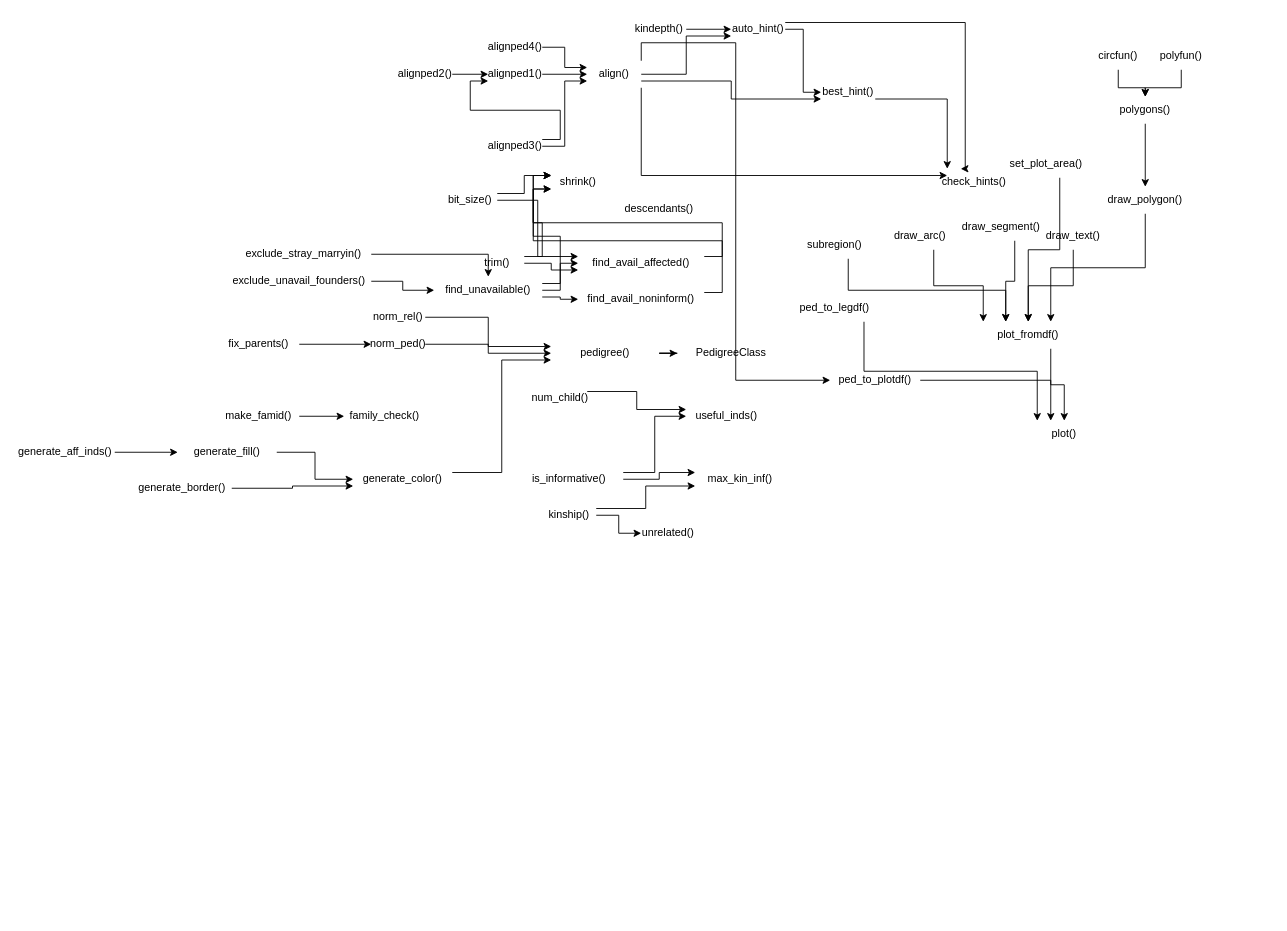
The draw.io diagram documentation/DiagramFunction.drawio in mayoverse/kinship2, before the edit. Source tidied: cells renumbered, new cells numbered last; positions are measured from the earlier drawing's top-left corner, leaving out a move shared by most shapes. Both pictures are drawn from the tidied source at 90%, with x=0, y=0 at pixel (15, 15).
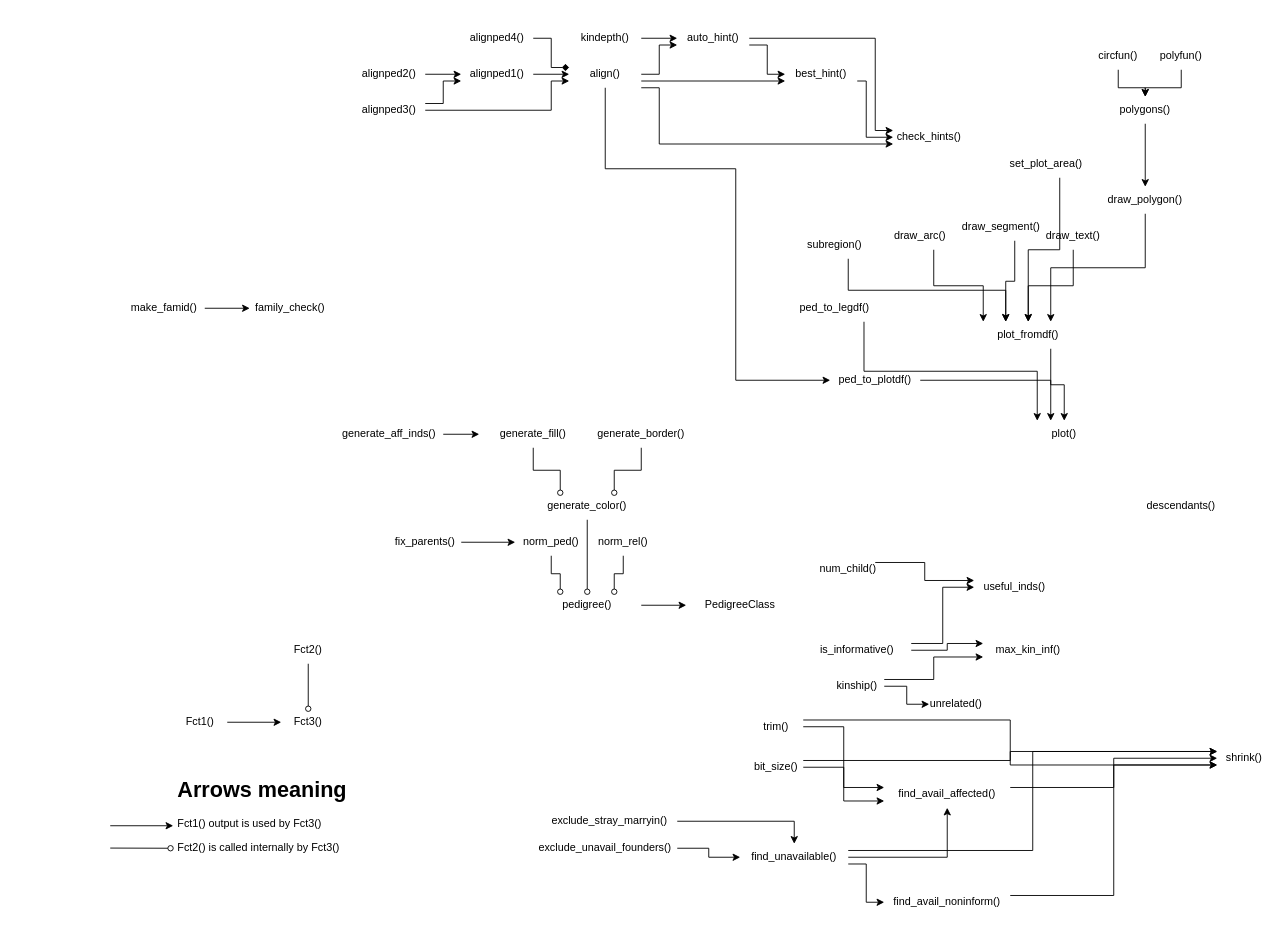
The same diagram, later.

Commit message:
Mettre à jour DiagramFunction.drawio

Unchanged cells that the change refers to:
```xml
<mxCell id="75" value="ped_to_plotdf()" style="text;html=1;strokeColor=none;fillColor=none;align=center;verticalAlign=middle;whiteSpace=wrap;rounded=0;" parent="1" vertex="1">
  <mxGeometry x="905" y="390" width="100" height="30" as="geometry" />
</mxCell>
```

What changed in the source:
```diff
@@
     <mxCell id="3" value="pedigree()" style="text;html=1;strokeColor=none;fillColor=none;align=center;verticalAlign=middle;whiteSpace=wrap;rounded=0;" parent="1" vertex="1">
-      <mxGeometry x="595" y="360" width="120" height="30" as="geometry" />
+      <mxGeometry x="575" y="640" width="120" height="30" as="geometry" />
     </mxCell>
     <mxCell id="4" value="PedigreeClass" style="text;html=1;strokeColor=none;fillColor=none;align=center;verticalAlign=middle;whiteSpace=wrap;rounded=0;" parent="1" vertex="1">
-      <mxGeometry x="735" y="360" width="120" height="30" as="geometry" />
+      <mxGeometry x="745" y="640" width="120" height="30" as="geometry" />
     </mxCell>
-    <mxCell id="5" style="edgeStyle=orthogonalEdgeStyle;rounded=0;jettySize=auto;html=1;exitX=1;exitY=0.5;exitDx=0;exitDy=0;entryX=0;entryY=0.25;entryDx=0;entryDy=0;" parent="1" edge="1" source="6" target="18">
-      <mxGeometry relative="1" as="geometry" />
+    <mxCell id="5" style="edgeStyle=orthogonalEdgeStyle;rounded=0;jettySize=auto;html=1;exitX=1;exitY=0.5;exitDx=0;exitDy=0;entryX=0;entryY=0.25;entryDx=0;entryDy=0;endArrow=diamond;endFill=1;" parent="1" edge="1" source="6" target="18">
+      <mxGeometry relative="1" as="geometry">
+        <Array as="points">
+          <mxPoint x="595" y="25" />
+          <mxPoint x="595" y="57" />
+        </Array>
+      </mxGeometry>
     </mxCell>
     <mxCell id="6" value="alignped4()" style="text;html=1;strokeColor=none;fillColor=none;align=center;verticalAlign=middle;whiteSpace=wrap;rounded=0;" parent="1" vertex="1">
-      <mxGeometry x="525" y="20" width="60" height="30" as="geometry" />
+      <mxGeometry x="495" y="10" width="80" height="30" as="geometry" />
     </mxCell>
     <mxCell id="7" style="edgeStyle=orthogonalEdgeStyle;rounded=0;jettySize=auto;html=1;exitX=1;exitY=0.5;exitDx=0;exitDy=0;entryX=0;entryY=0.75;entryDx=0;entryDy=0;" parent="1" edge="1" source="9" target="18">
-      <mxGeometry relative="1" as="geometry" />
+      <mxGeometry relative="1" as="geometry">
+        <Array as="points">
+          <mxPoint x="595" y="105" />
+          <mxPoint x="595" y="73" />
+        </Array>
+      </mxGeometry>
     </mxCell>
@@
     <mxCell id="9" value="alignped3()" style="text;html=1;strokeColor=none;fillColor=none;align=center;verticalAlign=middle;whiteSpace=wrap;rounded=0;" parent="1" vertex="1">
-      <mxGeometry x="525" y="130" width="60" height="30" as="geometry" />
+      <mxGeometry x="375" y="90" width="80" height="30" as="geometry" />
     </mxCell>
@@
     <mxCell id="11" value="alignped2()" style="text;html=1;strokeColor=none;fillColor=none;align=center;verticalAlign=middle;whiteSpace=wrap;rounded=0;" parent="1" vertex="1">
-      <mxGeometry x="425" y="50" width="60" height="30" as="geometry" />
+      <mxGeometry x="375" y="50" width="80" height="30" as="geometry" />
     </mxCell>
@@
     <mxCell id="13" value="alignped1()" style="text;html=1;strokeColor=none;fillColor=none;align=center;verticalAlign=middle;whiteSpace=wrap;rounded=0;" parent="1" vertex="1">
-      <mxGeometry x="525" y="50" width="60" height="30" as="geometry" />
+      <mxGeometry x="495" y="50" width="80" height="30" as="geometry" />
     </mxCell>
@@
-    <mxCell id="16" style="edgeStyle=orthogonalEdgeStyle;rounded=0;jettySize=auto;html=1;exitX=1;exitY=1;exitDx=0;exitDy=0;entryX=0;entryY=0.25;entryDx=0;entryDy=0;" parent="1" edge="1" source="18" target="32">
-      <mxGeometry relative="1" as="geometry" />
+    <mxCell id="16" style="edgeStyle=orthogonalEdgeStyle;rounded=0;jettySize=auto;html=1;exitX=1;exitY=1;exitDx=0;exitDy=0;entryX=0;entryY=0.75;entryDx=0;entryDy=0;" parent="1" edge="1" source="18" target="32">
+      <mxGeometry relative="1" as="geometry">
+        <Array as="points">
+          <mxPoint x="715" y="80" />
+          <mxPoint x="715" y="143" />
+        </Array>
+      </mxGeometry>
     </mxCell>
-    <mxCell id="17" style="edgeStyle=orthogonalEdgeStyle;rounded=0;jettySize=auto;html=1;exitX=1;exitY=0;exitDx=0;exitDy=0;entryX=0;entryY=0.5;entryDx=0;entryDy=0;" parent="1" edge="1" source="18" target="75">
-      <mxGeometry relative="1" as="geometry" />
+    <mxCell id="17" style="edgeStyle=orthogonalEdgeStyle;rounded=0;jettySize=auto;html=1;exitX=0.5;exitY=1;exitDx=0;exitDy=0;entryX=0;entryY=0.5;entryDx=0;entryDy=0;" parent="1" edge="1" source="18" target="75">
+      <mxGeometry relative="1" as="geometry">
+        <Array as="points">
+          <mxPoint x="655" y="170" />
+          <mxPoint x="800" y="170" />
+          <mxPoint x="800" y="405" />
+        </Array>
+      </mxGeometry>
     </mxCell>
     <mxCell id="18" value="align()" style="text;html=1;strokeColor=none;fillColor=none;align=center;verticalAlign=middle;whiteSpace=wrap;rounded=0;" parent="1" vertex="1">
-      <mxGeometry x="635" y="50" width="60" height="30" as="geometry" />
+      <mxGeometry x="615" y="50" width="80" height="30" as="geometry" />
     </mxCell>
@@
     <mxCell id="21" value="kinship()" style="text;html=1;strokeColor=none;fillColor=none;align=center;verticalAlign=middle;whiteSpace=wrap;rounded=0;" parent="1" vertex="1">
-      <mxGeometry x="585" y="540" width="60" height="30" as="geometry" />
+      <mxGeometry x="905" y="730" width="60" height="30" as="geometry" />
     </mxCell>
@@
     <mxCell id="23" value="kindepth()" style="text;html=1;strokeColor=none;fillColor=none;align=center;verticalAlign=middle;whiteSpace=wrap;rounded=0;" parent="1" vertex="1">
-      <mxGeometry x="685" width="60" height="30" as="geometry" />
+      <mxGeometry x="615" y="10" width="80" height="30" as="geometry" />
     </mxCell>
-    <mxCell id="24" style="edgeStyle=orthogonalEdgeStyle;rounded=0;jettySize=auto;html=1;exitX=1;exitY=0.5;exitDx=0;exitDy=0;entryX=0;entryY=0.5;entryDx=0;entryDy=0;" parent="1" edge="1" source="26" target="28">
+    <mxCell id="24" style="edgeStyle=orthogonalEdgeStyle;rounded=0;jettySize=auto;html=1;exitX=1;exitY=0.75;exitDx=0;exitDy=0;entryX=0;entryY=0.5;entryDx=0;entryDy=0;" parent="1" edge="1" source="26" target="28">
       <mxGeometry relative="1" as="geometry" />
     </mxCell>
-    <mxCell id="25" style="edgeStyle=orthogonalEdgeStyle;rounded=0;jettySize=auto;html=1;exitX=1;exitY=0.25;exitDx=0;exitDy=0;entryX=0.25;entryY=0;entryDx=0;entryDy=0;" parent="1" edge="1" source="26" target="32">
+    <mxCell id="25" style="edgeStyle=orthogonalEdgeStyle;rounded=0;jettySize=auto;html=1;exitX=1;exitY=0.5;exitDx=0;exitDy=0;entryX=0;entryY=0.25;entryDx=0;entryDy=0;" parent="1" edge="1" source="26" target="32">
       <mxGeometry relative="1" as="geometry">
         <Array as="points">
-          <mxPoint x="1055" y="7" />
-          <mxPoint x="1055" y="170" />
+          <mxPoint x="955" y="25" />
+          <mxPoint x="955" y="128" />
         </Array>
       </mxGeometry>
     </mxCell>
     <mxCell id="26" value="auto_hint()" style="text;html=1;strokeColor=none;fillColor=none;align=center;verticalAlign=middle;whiteSpace=wrap;rounded=0;" parent="1" vertex="1">
-      <mxGeometry x="795" width="60" height="30" as="geometry" />
+      <mxGeometry x="735" y="10" width="80" height="30" as="geometry" />
     </mxCell>
-    <mxCell id="27" style="edgeStyle=orthogonalEdgeStyle;rounded=0;jettySize=auto;html=1;exitX=1;exitY=0.75;exitDx=0;exitDy=0;entryX=0;entryY=0;entryDx=0;entryDy=0;" parent="1" edge="1" source="28" target="32">
-      <mxGeometry relative="1" as="geometry" />
+    <mxCell id="27" style="edgeStyle=orthogonalEdgeStyle;rounded=0;jettySize=auto;html=1;exitX=1;exitY=0.75;exitDx=0;exitDy=0;entryX=0;entryY=0.5;entryDx=0;entryDy=0;" parent="1" edge="1" source="28" target="32">
+      <mxGeometry relative="1" as="geometry">
+        <Array as="points">
+          <mxPoint x="945" y="72" />
+          <mxPoint x="945" y="135" />
+        </Array>
+      </mxGeometry>
     </mxCell>
     <mxCell id="28" value="best_hint()" style="text;html=1;strokeColor=none;fillColor=none;align=center;verticalAlign=middle;whiteSpace=wrap;rounded=0;" parent="1" vertex="1">
-      <mxGeometry x="895" y="70" width="60" height="30" as="geometry" />
+      <mxGeometry x="855" y="50" width="80" height="30" as="geometry" />
     </mxCell>
@@
     <mxCell id="30" style="edgeStyle=orthogonalEdgeStyle;rounded=0;jettySize=auto;html=1;exitX=1;exitY=0.25;exitDx=0;exitDy=0;entryX=0;entryY=0.25;entryDx=0;entryDy=0;" parent="1" edge="1" source="31" target="97">
-      <mxGeometry relative="1" as="geometry" />
+      <mxGeometry relative="1" as="geometry">
+        <Array as="points">
+          <mxPoint x="1105" y="827" />
+          <mxPoint x="1105" y="817" />
+        </Array>
+      </mxGeometry>
     </mxCell>
     <mxCell id="31" value="&lt;div&gt;bit_size()&lt;/div&gt;" style="text;html=1;strokeColor=none;fillColor=none;align=center;verticalAlign=middle;whiteSpace=wrap;rounded=0;" parent="1" vertex="1">
-      <mxGeometry x="475" y="190" width="60" height="30" as="geometry" />
+      <mxGeometry x="815" y="820" width="60" height="30" as="geometry" />
     </mxCell>
     <mxCell id="32" value="&lt;div&gt;check_hints()&lt;/div&gt;" style="text;html=1;strokeColor=none;fillColor=none;align=center;verticalAlign=middle;whiteSpace=wrap;rounded=0;" parent="1" vertex="1">
-      <mxGeometry x="1035" y="170" width="60" height="30" as="geometry" />
+      <mxGeometry x="975" y="120" width="80" height="30" as="geometry" />
     </mxCell>
     <mxCell id="33" value="descendants()" style="text;html=1;strokeColor=none;fillColor=none;align=center;verticalAlign=middle;whiteSpace=wrap;rounded=0;" parent="1" vertex="1">
-      <mxGeometry x="685" y="200" width="60" height="30" as="geometry" />
+      <mxGeometry x="1265" y="530" width="60" height="30" as="geometry" />
     </mxCell>
@@
     <mxCell id="35" value="make_famid()" style="text;html=1;strokeColor=none;fillColor=none;align=center;verticalAlign=middle;whiteSpace=wrap;rounded=0;" parent="1" vertex="1">
-      <mxGeometry x="225" y="430" width="90" height="30" as="geometry" />
+      <mxGeometry x="120" y="310" width="90" height="30" as="geometry" />
     </mxCell>
     <mxCell id="36" value="&lt;div&gt;family_check()&lt;/div&gt;" style="text;html=1;strokeColor=none;fillColor=none;align=center;verticalAlign=middle;whiteSpace=wrap;rounded=0;" parent="1" vertex="1">
-      <mxGeometry x="365" y="430" width="90" height="30" as="geometry" />
+      <mxGeometry x="260" y="310" width="90" height="30" as="geometry" />
     </mxCell>
-    <mxCell id="37" style="edgeStyle=orthogonalEdgeStyle;rounded=0;jettySize=auto;html=1;exitX=1;exitY=0.5;exitDx=0;exitDy=0;entryX=0;entryY=0.5;entryDx=0;entryDy=0;" parent="1" edge="1" source="38" target="3">
-      <mxGeometry relative="1" as="geometry" />
+    <mxCell id="37" style="edgeStyle=orthogonalEdgeStyle;rounded=0;jettySize=auto;html=1;exitX=0.5;exitY=1;exitDx=0;exitDy=0;entryX=0.25;entryY=0;entryDx=0;entryDy=0;endArrow=oval;endFill=0;" parent="1" edge="1" source="38" target="3">
+      <mxGeometry relative="1" as="geometry">
+        <Array as="points">
+          <mxPoint x="595" y="620" />
+          <mxPoint x="605" y="620" />
+        </Array>
+      </mxGeometry>
     </mxCell>
     <mxCell id="38" value="norm_ped()" style="text;html=1;strokeColor=none;fillColor=none;align=center;verticalAlign=middle;whiteSpace=wrap;rounded=0;" parent="1" vertex="1">
-      <mxGeometry x="395" y="350" width="60" height="30" as="geometry" />
+      <mxGeometry x="555" y="570" width="80" height="30" as="geometry" />
     </mxCell>
-    <mxCell id="39" style="edgeStyle=orthogonalEdgeStyle;rounded=0;jettySize=auto;html=1;exitX=1;exitY=0.5;exitDx=0;exitDy=0;entryX=0;entryY=0.25;entryDx=0;entryDy=0;" parent="1" edge="1" source="40" target="3">
-      <mxGeometry relative="1" as="geometry" />
+    <mxCell id="39" style="edgeStyle=orthogonalEdgeStyle;rounded=0;jettySize=auto;html=1;exitX=0.5;exitY=1;exitDx=0;exitDy=0;entryX=0.75;entryY=0;entryDx=0;entryDy=0;endArrow=oval;endFill=0;" parent="1" edge="1" source="40" target="3">
+      <mxGeometry relative="1" as="geometry">
+        <Array as="points">
+          <mxPoint x="675" y="620" />
+          <mxPoint x="665" y="620" />
+        </Array>
+      </mxGeometry>
     </mxCell>
     <mxCell id="40" value="norm_rel()" style="text;html=1;strokeColor=none;fillColor=none;align=center;verticalAlign=middle;whiteSpace=wrap;rounded=0;" parent="1" vertex="1">
-      <mxGeometry x="395" y="320" width="60" height="30" as="geometry" />
+      <mxGeometry x="635" y="570" width="80" height="30" as="geometry" />
     </mxCell>
-    <mxCell id="41" style="edgeStyle=orthogonalEdgeStyle;rounded=0;jettySize=auto;html=1;exitX=1;exitY=0.25;exitDx=0;exitDy=0;entryX=0;entryY=0.25;entryDx=0;entryDy=0;" parent="1" edge="1" source="42" target="97">
+    <mxCell id="41" style="edgeStyle=orthogonalEdgeStyle;rounded=0;jettySize=auto;html=1;exitX=1;exitY=0.25;exitDx=0;exitDy=0;entryX=0;entryY=0.5;entryDx=0;entryDy=0;" parent="1" edge="1" source="42" target="97">
       <mxGeometry relative="1" as="geometry" />
     </mxCell>
     <mxCell id="42" value="&lt;div&gt;find_avail_affected()&lt;/div&gt;" style="text;html=1;strokeColor=none;fillColor=none;align=center;verticalAlign=middle;whiteSpace=wrap;rounded=0;" parent="1" vertex="1">
-      <mxGeometry x="625" y="260" width="140" height="30" as="geometry" />
+      <mxGeometry x="965" y="850" width="140" height="30" as="geometry" />
     </mxCell>
@@
     <mxCell id="45" value="trim()" style="text;html=1;strokeColor=none;fillColor=none;align=center;verticalAlign=middle;whiteSpace=wrap;rounded=0;" parent="1" vertex="1">
-      <mxGeometry x="505" y="260" width="60" height="30" as="geometry" />
+      <mxGeometry x="815" y="775" width="60" height="30" as="geometry" />
     </mxCell>
@@
     <mxCell id="49" value="find_unavailable()" style="text;html=1;strokeColor=none;fillColor=none;align=center;verticalAlign=middle;whiteSpace=wrap;rounded=0;" parent="1" vertex="1">
-      <mxGeometry x="465" y="290" width="120" height="30" as="geometry" />
+      <mxGeometry x="805" y="920" width="120" height="30" as="geometry" />
     </mxCell>
@@
     <mxCell id="51" value="&lt;div&gt;find_avail_noninform()&lt;/div&gt;" style="text;html=1;strokeColor=none;fillColor=none;align=center;verticalAlign=middle;whiteSpace=wrap;rounded=0;" parent="1" vertex="1">
-      <mxGeometry x="625" y="300" width="140" height="30" as="geometry" />
+      <mxGeometry x="965" y="970" width="140" height="30" as="geometry" />
     </mxCell>
@@
     <mxCell id="53" value="exclude_unavail_founders()" style="text;html=1;strokeColor=none;fillColor=none;align=center;verticalAlign=middle;whiteSpace=wrap;rounded=0;" parent="1" vertex="1">
-      <mxGeometry x="235" y="280" width="160" height="30" as="geometry" />
+      <mxGeometry x="575" y="910" width="160" height="30" as="geometry" />
     </mxCell>
@@
     <mxCell id="55" value="&lt;div&gt;exclude_stray_marryin()&lt;/div&gt;" style="text;html=1;strokeColor=none;fillColor=none;align=center;verticalAlign=middle;whiteSpace=wrap;rounded=0;" parent="1" vertex="1">
-      <mxGeometry x="245" y="250" width="150" height="30" as="geometry" />
+      <mxGeometry x="585" y="880" width="150" height="30" as="geometry" />
     </mxCell>
@@
     <mxCell id="57" value="fix_parents()" style="text;html=1;strokeColor=none;fillColor=none;align=center;verticalAlign=middle;whiteSpace=wrap;rounded=0;" parent="1" vertex="1">
-      <mxGeometry x="225" y="350" width="90" height="30" as="geometry" />
+      <mxGeometry x="415" y="570" width="80" height="30" as="geometry" />
     </mxCell>
@@
     <mxCell id="59" value="generate_aff_inds()" style="text;html=1;strokeColor=none;fillColor=none;align=center;verticalAlign=middle;whiteSpace=wrap;rounded=0;" parent="1" vertex="1">
-      <mxGeometry y="470" width="110" height="30" as="geometry" />
+      <mxGeometry x="355" y="450" width="120" height="30" as="geometry" />
     </mxCell>
-    <mxCell id="60" style="edgeStyle=orthogonalEdgeStyle;rounded=0;jettySize=auto;html=1;entryX=0;entryY=0.75;entryDx=0;entryDy=0;" parent="1" edge="1" source="61" target="65">
+    <mxCell id="60" style="edgeStyle=orthogonalEdgeStyle;rounded=0;jettySize=auto;html=1;entryX=0.75;entryY=0;entryDx=0;entryDy=0;endArrow=oval;endFill=0;" parent="1" edge="1" source="61" target="65">
       <mxGeometry relative="1" as="geometry" />
     </mxCell>
     <mxCell id="61" value="generate_border()" style="text;html=1;strokeColor=none;fillColor=none;align=center;verticalAlign=middle;whiteSpace=wrap;rounded=0;" parent="1" vertex="1">
-      <mxGeometry x="130" y="510" width="110" height="30" as="geometry" />
+      <mxGeometry x="635" y="450" width="120" height="30" as="geometry" />
     </mxCell>
-    <mxCell id="62" style="edgeStyle=orthogonalEdgeStyle;rounded=0;jettySize=auto;html=1;" parent="1" edge="1" source="63" target="65">
+    <mxCell id="62" style="edgeStyle=orthogonalEdgeStyle;rounded=0;jettySize=auto;html=1;entryX=0.25;entryY=0;entryDx=0;entryDy=0;endArrow=oval;endFill=0;" parent="1" edge="1" source="63" target="65">
       <mxGeometry relative="1" as="geometry" />
     </mxCell>
     <mxCell id="63" value="generate_fill()" style="text;html=1;strokeColor=none;fillColor=none;align=center;verticalAlign=middle;whiteSpace=wrap;rounded=0;" parent="1" vertex="1">
-      <mxGeometry x="180" y="470" width="110" height="30" as="geometry" />
+      <mxGeometry x="515" y="450" width="120" height="30" as="geometry" />
     </mxCell>
-    <mxCell id="64" style="edgeStyle=orthogonalEdgeStyle;rounded=0;jettySize=auto;html=1;exitX=1;exitY=0.25;exitDx=0;exitDy=0;entryX=0;entryY=0.75;entryDx=0;entryDy=0;" parent="1" edge="1" source="65" target="3">
+    <mxCell id="64" style="edgeStyle=orthogonalEdgeStyle;rounded=0;jettySize=auto;html=1;exitX=0.5;exitY=1;exitDx=0;exitDy=0;entryX=0.5;entryY=0;entryDx=0;entryDy=0;endArrow=oval;endFill=0;" parent="1" edge="1" source="65" target="3">
       <mxGeometry relative="1" as="geometry" />
     </mxCell>
     <mxCell id="65" value="generate_color()" style="text;html=1;strokeColor=none;fillColor=none;align=center;verticalAlign=middle;whiteSpace=wrap;rounded=0;" parent="1" vertex="1">
-      <mxGeometry x="375" y="500" width="110" height="30" as="geometry" />
+      <mxGeometry x="575" y="530" width="120" height="30" as="geometry" />
     </mxCell>
@@
     <mxCell id="68" value="is_informative()" style="text;html=1;strokeColor=none;fillColor=none;align=center;verticalAlign=middle;whiteSpace=wrap;rounded=0;" parent="1" vertex="1">
-      <mxGeometry x="555" y="500" width="120" height="30" as="geometry" />
+      <mxGeometry x="875" y="690" width="120" height="30" as="geometry" />
     </mxCell>
     <mxCell id="69" value="max_kin_inf()" style="text;html=1;strokeColor=none;fillColor=none;align=center;verticalAlign=middle;whiteSpace=wrap;rounded=0;" parent="1" vertex="1">
-      <mxGeometry x="755" y="500" width="100" height="30" as="geometry" />
+      <mxGeometry x="1075" y="690" width="100" height="30" as="geometry" />
     </mxCell>
@@
     <mxCell id="71" value="num_child()" style="text;html=1;strokeColor=none;fillColor=none;align=center;verticalAlign=middle;whiteSpace=wrap;rounded=0;" parent="1" vertex="1">
-      <mxGeometry x="575" y="410" width="60" height="30" as="geometry" />
+      <mxGeometry x="895" y="600" width="60" height="30" as="geometry" />
     </mxCell>
@@
     <mxCell id="97" value="shrink()" style="text;html=1;strokeColor=none;fillColor=none;align=center;verticalAlign=middle;whiteSpace=wrap;rounded=0;" parent="1" vertex="1">
-      <mxGeometry x="595" y="170" width="60" height="30" as="geometry" />
+      <mxGeometry x="1335" y="810" width="60" height="30" as="geometry" />
     </mxCell>
     <mxCell id="98" value="unrelated()" style="text;html=1;strokeColor=none;fillColor=none;align=center;verticalAlign=middle;whiteSpace=wrap;rounded=0;" parent="1" vertex="1">
-      <mxGeometry x="695" y="560" width="60" height="30" as="geometry" />
+      <mxGeometry x="1015" y="750" width="60" height="30" as="geometry" />
     </mxCell>
     <mxCell id="99" value="useful_inds()" style="text;html=1;strokeColor=none;fillColor=none;align=center;verticalAlign=middle;whiteSpace=wrap;rounded=0;" parent="1" vertex="1">
-      <mxGeometry x="745" y="430" width="90" height="30" as="geometry" />
+      <mxGeometry x="1065" y="620" width="90" height="30" as="geometry" />
     </mxCell>
+    <mxCell id="100" style="group;" parent="1" vertex="1">
+      <mxGeometry x="105" y="690" width="310" height="270" as="geometry" />
+    </mxCell>
+    <mxCell id="101" value="Fct1()" style="text;html=1;strokeColor=none;fillColor=none;align=center;verticalAlign=middle;whiteSpace=wrap;rounded=0;" parent="100" vertex="1">
+      <mxGeometry x="70" y="80" width="60" height="30" as="geometry" />
+    </mxCell>
+    <mxCell id="102" value="Fct3()" style="text;html=1;strokeColor=none;fillColor=none;align=center;verticalAlign=middle;whiteSpace=wrap;rounded=0;" parent="100" vertex="1">
+      <mxGeometry x="190" y="80" width="60" height="30" as="geometry" />
+    </mxCell>
+    <mxCell id="103" style="edgeStyle=orthogonalEdgeStyle;rounded=0;jettySize=auto;html=1;" parent="100" edge="1" source="101" target="102">
+      <mxGeometry relative="1" as="geometry" />
+    </mxCell>
+    <mxCell id="104" style="edgeStyle=orthogonalEdgeStyle;rounded=0;jettySize=auto;html=1;endArrow=oval;endFill=0;" parent="100" edge="1" source="105" target="102">
+      <mxGeometry relative="1" as="geometry" />
+    </mxCell>
+    <mxCell id="105" value="Fct2()" style="text;html=1;strokeColor=none;fillColor=none;align=center;verticalAlign=middle;whiteSpace=wrap;rounded=0;" parent="100" vertex="1">
+      <mxGeometry x="190" width="60" height="30" as="geometry" />
+    </mxCell>
+    <mxCell id="106" value="&lt;h1&gt;Arrows meaning&lt;br&gt;&lt;/h1&gt;&lt;p&gt;Fct1() output is used by Fct3()&lt;/p&gt;&lt;p&gt;Fct2() is called internally by Fct3()&lt;br&gt;&lt;/p&gt;" style="text;html=1;strokeColor=none;fillColor=none;spacing=5;spacingTop=-20;whiteSpace=wrap;overflow=hidden;rounded=0;" parent="100" vertex="1">
+      <mxGeometry x="70" y="150" width="240" height="120" as="geometry" />
+    </mxCell>
+    <mxCell id="107" style="endArrow=classic;html=1;rounded=0;" parent="100" edge="1">
+      <mxGeometry relative="1" as="geometry">
+        <mxPoint y="210" as="sourcePoint" />
+        <mxPoint x="70" y="210" as="targetPoint" />
+      </mxGeometry>
+    </mxCell>
+    <mxCell id="108" style="endArrow=oval;html=1;rounded=0;endFill=0;" parent="100" edge="1">
+      <mxGeometry relative="1" as="geometry">
+        <mxPoint y="234.8" as="sourcePoint" />
+        <mxPoint x="67" y="235" as="targetPoint" />
+      </mxGeometry>
+    </mxCell>
```
